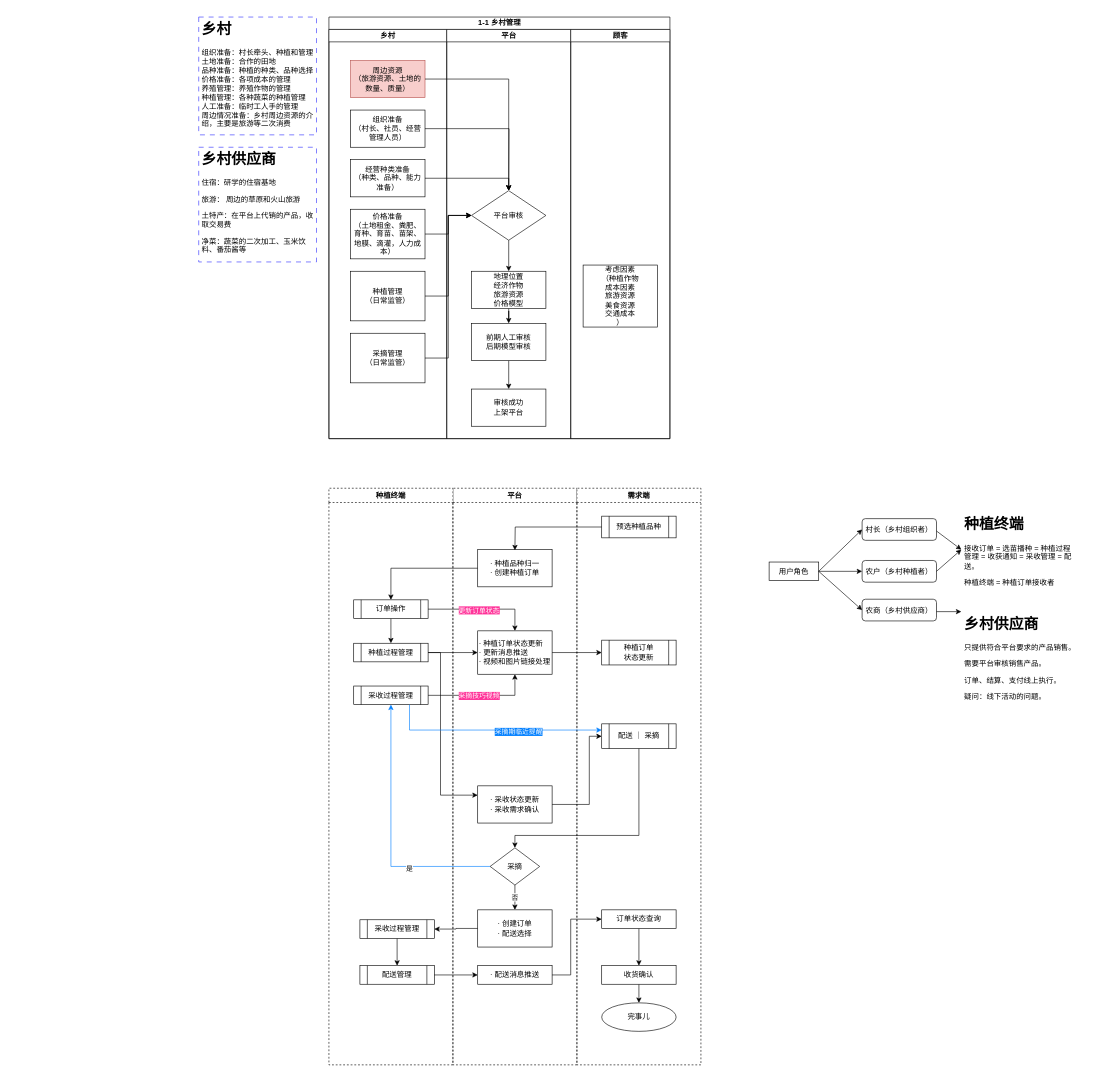
ManGuo/HealthFarm keeps this draw.io diagram as page "1-1 乡村准备" (2 of 6) of Graph/1---健康农场---全流程.drawio. Above is the earlier version. Source tidied: cells renumbered, new cells numbered last; positions are measured from the earlier drawing's top-left corner, leaving out a move shared by most shapes. Both pictures are drawn from the tidied source at 62%, with x=0, y=0 at pixel (198, 17).
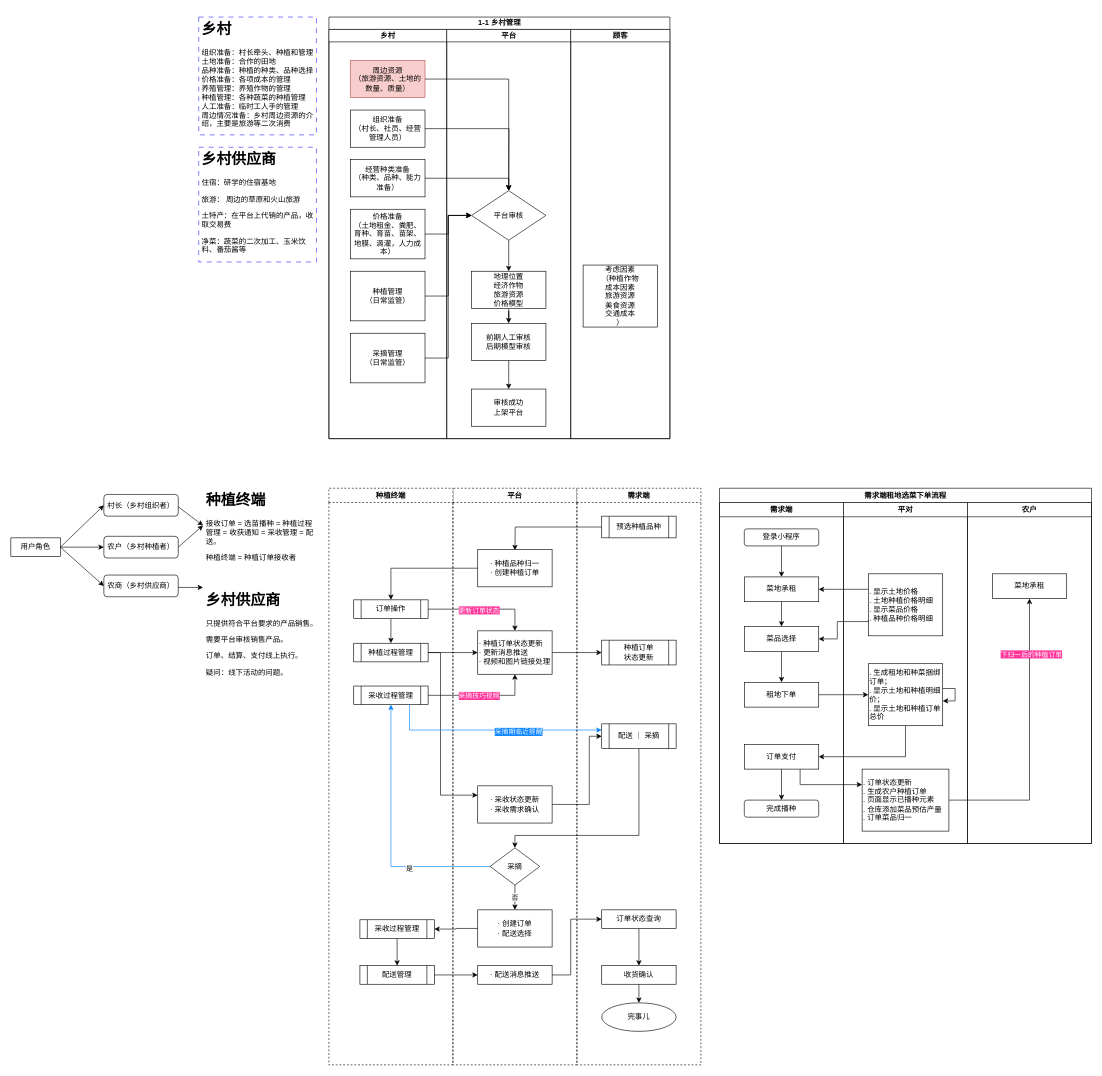
The same page after the edit.

Commit message:
更新1---健康农场---全流程.drawio

What changed in the source:
```diff
@@
-    <mxCell id="28" value="用户角色" style="rounded=0;whiteSpace=wrap;html=1;" parent="1" vertex="1">
-      <mxGeometry x="920" y="879" width="80" height="30" as="geometry" />
-    </mxCell>
-    <mxCell id="29" value="村长（乡村组织者）" style="rounded=1;whiteSpace=wrap;html=1;" parent="1" vertex="1">
-      <mxGeometry x="1070" y="809" width="120" height="35" as="geometry" />
-    </mxCell>
-    <mxCell id="30" value="农户（乡村种植者）" style="rounded=1;whiteSpace=wrap;html=1;" parent="1" vertex="1">
-      <mxGeometry x="1070" y="876.5" width="120" height="35" as="geometry" />
-    </mxCell>
-    <mxCell id="31" value="农商（乡村供应商）" style="rounded=1;whiteSpace=wrap;html=1;" parent="1" vertex="1">
-      <mxGeometry x="1070" y="939" width="120" height="35" as="geometry" />
-    </mxCell>
-    <mxCell id="32" style="endArrow=classic;html=1;rounded=0;entryX=0;entryY=0.5;entryDx=0;entryDy=0;" parent="1" edge="1" target="29">
-      <mxGeometry relative="1" as="geometry">
-        <mxPoint x="1000" y="894" as="sourcePoint" />
-      </mxGeometry>
-    </mxCell>
-    <mxCell id="33" style="endArrow=classic;html=1;rounded=0;entryX=0;entryY=0.5;entryDx=0;entryDy=0;" parent="1" edge="1" target="30">
-      <mxGeometry relative="1" as="geometry">
-        <mxPoint x="1000" y="894" as="sourcePoint" />
-      </mxGeometry>
-    </mxCell>
-    <mxCell id="34" style="endArrow=classic;html=1;rounded=0;entryX=0;entryY=0.5;entryDx=0;entryDy=0;" parent="1" edge="1" target="31">
-      <mxGeometry relative="1" as="geometry">
-        <mxPoint x="1000" y="894" as="sourcePoint" />
-      </mxGeometry>
-    </mxCell>
-    <mxCell id="35" value="&lt;h1&gt;乡村供应商&lt;/h1&gt;&lt;p&gt;只提供符合平台要求的产品销售。&lt;/p&gt;&lt;p&gt;需要平台审核销售产品。&lt;/p&gt;&lt;p&gt;订单、结算、支付线上执行。&lt;/p&gt;&lt;p&gt;疑问：线下活动的问题。&lt;/p&gt;" style="text;html=1;strokeColor=none;fillColor=none;spacing=5;spacingTop=-20;whiteSpace=wrap;overflow=hidden;rounded=0;" parent="1" vertex="1">
-      <mxGeometry x="1230" y="959" width="190" height="150" as="geometry" />
-    </mxCell>
-    <mxCell id="36" style="endArrow=classic;html=1;rounded=0;entryX=0;entryY=0;entryDx=0;entryDy=0;" parent="1" edge="1" target="35">
-      <mxGeometry relative="1" as="geometry">
-        <mxPoint x="1190" y="959" as="sourcePoint" />
-      </mxGeometry>
-    </mxCell>
-    <mxCell id="37" value="&lt;h1&gt;种植终端&lt;/h1&gt;&lt;p&gt;接收订单 = 选苗播种 = 种植过程管理 = 收获通知 = 采收管理 = 配送。&lt;/p&gt;&lt;p&gt;种植终端 = 种植订单接收者&lt;/p&gt;" style="text;html=1;strokeColor=none;fillColor=none;spacing=5;spacingTop=-20;whiteSpace=wrap;overflow=hidden;rounded=0;" parent="1" vertex="1">
-      <mxGeometry x="1230" y="799" width="190" height="120" as="geometry" />
-    </mxCell>
-    <mxCell id="38" style="endArrow=classic;html=1;rounded=0;entryX=0;entryY=0.5;entryDx=0;entryDy=0;" parent="1" edge="1" target="37">
-      <mxGeometry relative="1" as="geometry">
-        <mxPoint x="1190" y="829" as="sourcePoint" />
-      </mxGeometry>
-    </mxCell>
-    <mxCell id="39" style="endArrow=classic;html=1;rounded=0;entryX=0;entryY=0.5;entryDx=0;entryDy=0;exitX=1;exitY=0.5;exitDx=0;exitDy=0;" parent="1" edge="1" source="30" target="37">
-      <mxGeometry relative="1" as="geometry" />
-    </mxCell>
@@
+    <mxCell id="84" style="group;" parent="1" vertex="1">
+      <mxGeometry x="-303" y="760" width="500" height="310" as="geometry" />
+    </mxCell>
+    <mxCell id="28" value="用户角色" style="rounded=0;whiteSpace=wrap;html=1;" parent="84" vertex="1">
+      <mxGeometry y="80" width="80" height="30" as="geometry" />
+    </mxCell>
+    <mxCell id="29" value="村长（乡村组织者）" style="rounded=1;whiteSpace=wrap;html=1;" parent="84" vertex="1">
+      <mxGeometry x="150" y="10" width="120" height="35" as="geometry" />
+    </mxCell>
+    <mxCell id="30" value="农户（乡村种植者）" style="rounded=1;whiteSpace=wrap;html=1;" parent="84" vertex="1">
+      <mxGeometry x="150" y="77.5" width="120" height="35" as="geometry" />
+    </mxCell>
+    <mxCell id="31" value="农商（乡村供应商）" style="rounded=1;whiteSpace=wrap;html=1;" parent="84" vertex="1">
+      <mxGeometry x="150" y="140" width="120" height="35" as="geometry" />
+    </mxCell>
+    <mxCell id="32" style="endArrow=classic;html=1;rounded=0;entryX=0;entryY=0.5;entryDx=0;entryDy=0;" parent="84" edge="1" target="29">
+      <mxGeometry relative="1" as="geometry">
+        <mxPoint x="80" y="95" as="sourcePoint" />
+      </mxGeometry>
+    </mxCell>
+    <mxCell id="33" style="endArrow=classic;html=1;rounded=0;entryX=0;entryY=0.5;entryDx=0;entryDy=0;" parent="84" edge="1" target="30">
+      <mxGeometry relative="1" as="geometry">
+        <mxPoint x="80" y="95" as="sourcePoint" />
+      </mxGeometry>
+    </mxCell>
+    <mxCell id="34" style="endArrow=classic;html=1;rounded=0;entryX=0;entryY=0.5;entryDx=0;entryDy=0;" parent="84" edge="1" target="31">
+      <mxGeometry relative="1" as="geometry">
+        <mxPoint x="80" y="95" as="sourcePoint" />
+      </mxGeometry>
+    </mxCell>
+    <mxCell id="35" value="&lt;h1&gt;乡村供应商&lt;/h1&gt;&lt;p&gt;只提供符合平台要求的产品销售。&lt;/p&gt;&lt;p&gt;需要平台审核销售产品。&lt;/p&gt;&lt;p&gt;订单、结算、支付线上执行。&lt;/p&gt;&lt;p&gt;疑问：线下活动的问题。&lt;/p&gt;" style="text;html=1;strokeColor=none;fillColor=none;spacing=5;spacingTop=-20;whiteSpace=wrap;overflow=hidden;rounded=0;" parent="84" vertex="1">
+      <mxGeometry x="310" y="160" width="190" height="150" as="geometry" />
+    </mxCell>
+    <mxCell id="36" style="endArrow=classic;html=1;rounded=0;entryX=0;entryY=0;entryDx=0;entryDy=0;" parent="84" edge="1" target="35">
+      <mxGeometry relative="1" as="geometry">
+        <mxPoint x="270" y="160" as="sourcePoint" />
+      </mxGeometry>
+    </mxCell>
+    <mxCell id="37" value="&lt;h1&gt;种植终端&lt;/h1&gt;&lt;p&gt;接收订单 = 选苗播种 = 种植过程管理 = 收获通知 = 采收管理 = 配送。&lt;/p&gt;&lt;p&gt;种植终端 = 种植订单接收者&lt;/p&gt;" style="text;html=1;strokeColor=none;fillColor=none;spacing=5;spacingTop=-20;whiteSpace=wrap;overflow=hidden;rounded=0;" parent="84" vertex="1">
+      <mxGeometry x="310" width="190" height="120" as="geometry" />
+    </mxCell>
+    <mxCell id="38" style="endArrow=classic;html=1;rounded=0;entryX=0;entryY=0.5;entryDx=0;entryDy=0;" parent="84" edge="1" target="37">
+      <mxGeometry relative="1" as="geometry">
+        <mxPoint x="270" y="30" as="sourcePoint" />
+      </mxGeometry>
+    </mxCell>
+    <mxCell id="39" style="endArrow=classic;html=1;rounded=0;entryX=0;entryY=0.5;entryDx=0;entryDy=0;exitX=1;exitY=0.5;exitDx=0;exitDy=0;" parent="84" edge="1" source="30" target="37">
+      <mxGeometry relative="1" as="geometry" />
+    </mxCell>
+    <mxCell id="85" value="需求端" style="swimlane;whiteSpace=wrap;html=1;" parent="1" vertex="1">
+      <mxGeometry x="840" y="783" width="200" height="550" as="geometry" />
+    </mxCell>
+    <mxCell id="86" style="edgeStyle=orthogonalEdgeStyle;rounded=0;jettySize=auto;html=1;exitX=0.5;exitY=1;exitDx=0;exitDy=0;entryX=0.5;entryY=0;entryDx=0;entryDy=0;" parent="85" edge="1" source="87" target="89">
+      <mxGeometry relative="1" as="geometry" />
+    </mxCell>
+    <mxCell id="87" value="登录小程序" style="rounded=1;whiteSpace=wrap;html=1;" parent="85" vertex="1">
+      <mxGeometry x="40" y="42.5" width="120" height="27.5" as="geometry" />
+    </mxCell>
+    <mxCell id="88" style="edgeStyle=orthogonalEdgeStyle;rounded=0;jettySize=auto;html=1;exitX=0.5;exitY=1;exitDx=0;exitDy=0;entryX=0.5;entryY=0;entryDx=0;entryDy=0;" parent="85" edge="1" source="89" target="91">
+      <mxGeometry relative="1" as="geometry" />
+    </mxCell>
+    <mxCell id="89" value="菜地承租" style="rounded=0;whiteSpace=wrap;html=1;" parent="85" vertex="1">
+      <mxGeometry x="40" y="120" width="120" height="40" as="geometry" />
+    </mxCell>
+    <mxCell id="90" style="edgeStyle=orthogonalEdgeStyle;rounded=0;jettySize=auto;html=1;exitX=0.5;exitY=1;exitDx=0;exitDy=0;entryX=0.5;entryY=0;entryDx=0;entryDy=0;" parent="85" edge="1" source="91" target="95">
+      <mxGeometry relative="1" as="geometry" />
+    </mxCell>
+    <mxCell id="91" value="菜品选择" style="rounded=0;whiteSpace=wrap;html=1;" parent="85" vertex="1">
+      <mxGeometry x="40" y="200" width="120" height="40" as="geometry" />
+    </mxCell>
+    <mxCell id="92" style="edgeStyle=orthogonalEdgeStyle;rounded=0;jettySize=auto;html=1;exitX=0.5;exitY=1;exitDx=0;exitDy=0;entryX=0.5;entryY=0;entryDx=0;entryDy=0;" parent="85" edge="1" source="93" target="94">
+      <mxGeometry relative="1" as="geometry" />
+    </mxCell>
+    <mxCell id="93" value="订单支付" style="rounded=0;whiteSpace=wrap;html=1;" parent="85" vertex="1">
+      <mxGeometry x="40" y="390" width="120" height="40" as="geometry" />
+    </mxCell>
+    <mxCell id="94" value="完成播种" style="rounded=1;whiteSpace=wrap;html=1;" parent="85" vertex="1">
+      <mxGeometry x="40" y="480" width="120" height="27.5" as="geometry" />
+    </mxCell>
+    <mxCell id="95" value="租地下单" style="rounded=0;whiteSpace=wrap;html=1;" parent="85" vertex="1">
+      <mxGeometry x="40" y="290" width="120" height="40" as="geometry" />
+    </mxCell>
+    <mxCell id="96" value="平对" style="swimlane;whiteSpace=wrap;html=1;" parent="1" vertex="1">
+      <mxGeometry x="1040" y="783" width="200" height="550" as="geometry" />
+    </mxCell>
+    <mxCell id="97" value=". 显示土地价格&lt;br&gt;. 土地种植价格明细&lt;br&gt;. 显示菜品价格&lt;br&gt;. 种植品种价格明细" style="rounded=0;whiteSpace=wrap;html=1;align=left;" parent="96" vertex="1">
+      <mxGeometry x="40" y="115" width="120" height="100" as="geometry" />
+    </mxCell>
+    <mxCell id="98" value=". 生成租地和种菜捆绑订单；&lt;br&gt;. 显示土地和种植明细价；&lt;br&gt;. 显示土地和种植订单总价" style="rounded=0;whiteSpace=wrap;html=1;align=left;" parent="96" vertex="1">
+      <mxGeometry x="40" y="260" width="120" height="100" as="geometry" />
+    </mxCell>
+    <mxCell id="99" value=". 订单状态更新&lt;br&gt;. 生成农户种植订单&lt;br&gt;. 页面显示已播种元素&lt;br&gt;. 仓库添加菜品预估产量&lt;br&gt;. 订单菜品归一" style="rounded=0;whiteSpace=wrap;html=1;align=left;" parent="96" vertex="1">
+      <mxGeometry x="30" y="430" width="140" height="100" as="geometry" />
+    </mxCell>
+    <mxCell id="100" style="edgeStyle=orthogonalEdgeStyle;rounded=0;orthogonalLoop=1;jettySize=auto;html=1;" parent="96" edge="1" source="98" target="98">
+      <mxGeometry relative="1" as="geometry" />
+    </mxCell>
+    <mxCell id="101" value="农户" style="swimlane;whiteSpace=wrap;html=1;" parent="1" vertex="1">
+      <mxGeometry x="1240" y="783" width="200" height="550" as="geometry" />
+    </mxCell>
+    <mxCell id="102" value="菜地承租" style="rounded=0;whiteSpace=wrap;html=1;" parent="101" vertex="1">
+      <mxGeometry x="40" y="115" width="120" height="40" as="geometry" />
+    </mxCell>
+    <mxCell id="103" style="edgeStyle=orthogonalEdgeStyle;rounded=0;jettySize=auto;html=1;exitX=1;exitY=0.5;exitDx=0;exitDy=0;entryX=0;entryY=0.5;entryDx=0;entryDy=0;" parent="1" edge="1" source="95" target="98">
+      <mxGeometry relative="1" as="geometry" />
+    </mxCell>
+    <mxCell id="104" style="edgeStyle=orthogonalEdgeStyle;rounded=0;jettySize=auto;html=1;exitX=0;exitY=0.25;exitDx=0;exitDy=0;entryX=1;entryY=0.5;entryDx=0;entryDy=0;" parent="1" edge="1" source="97" target="89">
+      <mxGeometry relative="1" as="geometry" />
+    </mxCell>
+    <mxCell id="105" style="edgeStyle=orthogonalEdgeStyle;rounded=0;jettySize=auto;html=1;exitX=0;exitY=0.75;exitDx=0;exitDy=0;entryX=1;entryY=0.5;entryDx=0;entryDy=0;" parent="1" edge="1" source="97" target="91">
+      <mxGeometry relative="1" as="geometry">
+        <Array as="points">
+          <mxPoint x="1030" y="975" />
+          <mxPoint x="1030" y="1003" />
+        </Array>
+      </mxGeometry>
+    </mxCell>
+    <mxCell id="106" style="edgeStyle=orthogonalEdgeStyle;rounded=0;jettySize=auto;html=1;exitX=0.5;exitY=1;exitDx=0;exitDy=0;entryX=1;entryY=0.5;entryDx=0;entryDy=0;" parent="1" edge="1" source="98" target="93">
+      <mxGeometry relative="1" as="geometry" />
+    </mxCell>
+    <mxCell id="107" style="edgeStyle=orthogonalEdgeStyle;rounded=0;jettySize=auto;html=1;exitX=0.75;exitY=1;exitDx=0;exitDy=0;entryX=0;entryY=0.25;entryDx=0;entryDy=0;" parent="1" edge="1" source="93" target="99">
+      <mxGeometry relative="1" as="geometry" />
+    </mxCell>
+    <mxCell id="108" style="edgeStyle=orthogonalEdgeStyle;rounded=0;jettySize=auto;html=1;exitX=1;exitY=0.5;exitDx=0;exitDy=0;entryX=0.5;entryY=1;entryDx=0;entryDy=0;" parent="1" edge="1" source="99" target="102">
+      <mxGeometry relative="1" as="geometry" />
+    </mxCell>
+    <mxCell id="109" value="下归一后的种植订单" style="edgeLabel;html=1;align=center;verticalAlign=middle;fontColor=#FFFFFF;labelBackgroundColor=#FF3399;" parent="108" vertex="1">
+      <mxGeometry x="0.61" y="-2" relative="1" as="geometry" />
+    </mxCell>
+    <mxCell id="110" value="需求端租地选菜下单流程" style="swimlane;whiteSpace=wrap;html=1;" parent="1" vertex="1">
+      <mxGeometry x="840" y="760" width="600" height="573" as="geometry" />
+    </mxCell>
```
